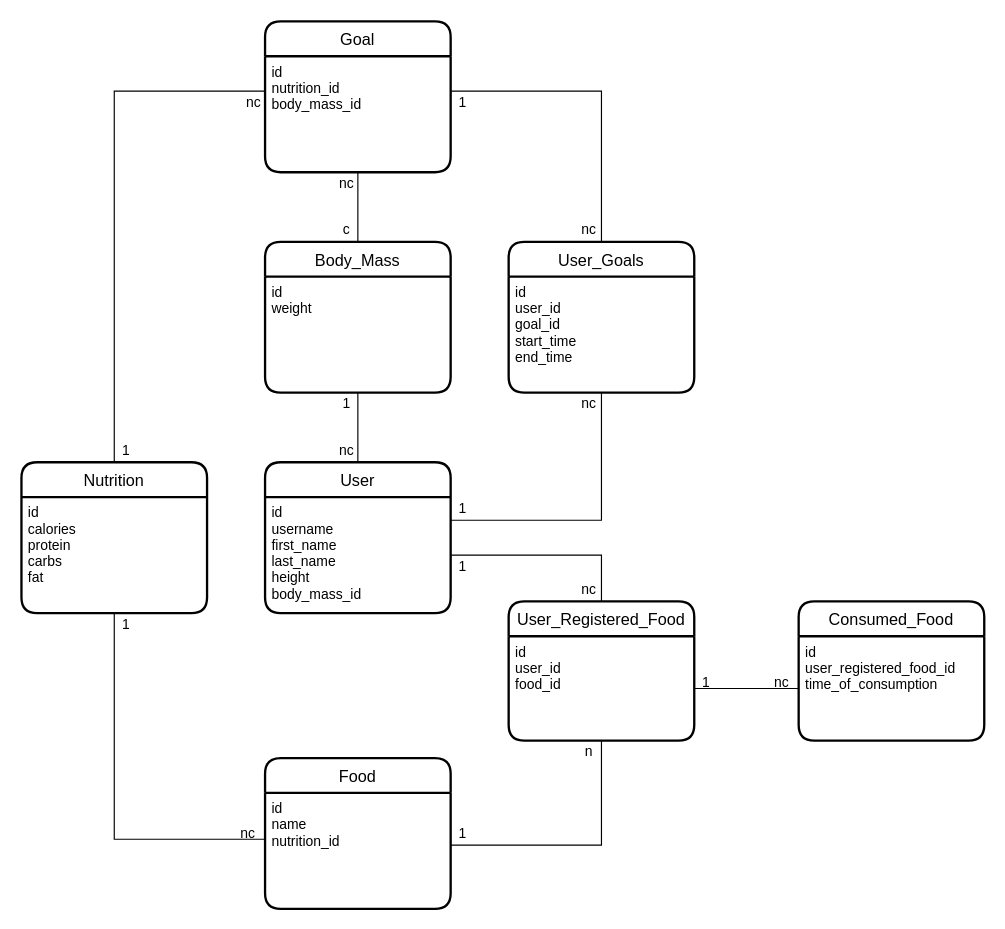
This is ERM.drawio from jannik-boeppli/Calorie_Tracker, a draw.io file, before an edit. Source tidied: cells renumbered, new cells numbered last; positions are measured from the earlier drawing's top-left corner, leaving out a move shared by most shapes. Both pictures are drawn from the tidied source at 116%, with x=0, y=0 at pixel (21, 21).
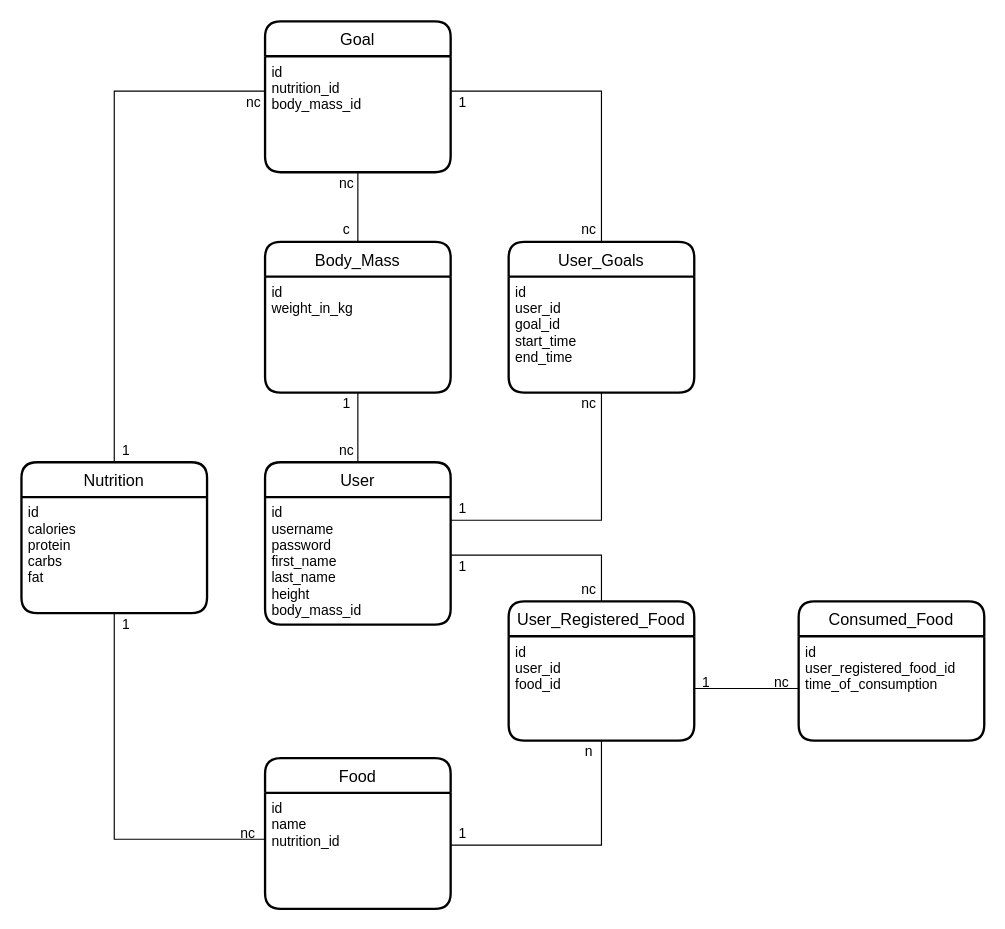
The same page after the edit.

Commit message (it also covers changes not shown here):
updated erd and erm

The change refers to these unchanged cells:
```xml
<mxCell id="22" value="Body_Mass" style="swimlane;horizontal=1;startSize=30;rounded=1;fontSize=14;fontStyle=0;strokeWidth=2;shadow=0;dashed=0;align=center;" parent="1" vertex="1">
  <mxGeometry x="210" y="190" width="160" height="130" as="geometry" />
</mxCell>
```

The edit, as a diff of the source:
```diff
@@
     <mxCell id="3" value="User" style="swimlane;horizontal=1;startSize=30;rounded=1;fontSize=14;fontStyle=0;strokeWidth=2;shadow=0;dashed=0;align=center;" parent="1" vertex="1">
-      <mxGeometry x="210" y="380" width="160" height="130" as="geometry" />
+      <mxGeometry x="210" y="380" width="160" height="140" as="geometry" />
     </mxCell>
-    <mxCell id="4" value="id&#10;username&#10;first_name&#10;last_name&#10;height&#10;body_mass_id" style="align=left;strokeColor=none;fillColor=none;spacingLeft=4;fontSize=12;verticalAlign=top;" parent="3" vertex="1">
-      <mxGeometry y="30" width="160" height="100" as="geometry" />
+    <mxCell id="4" value="id&#10;username&#10;password&#10;first_name&#10;last_name&#10;height&#10;body_mass_id" style="align=left;strokeColor=none;fillColor=none;spacingLeft=4;fontSize=12;verticalAlign=top;" parent="3" vertex="1">
+      <mxGeometry y="30" width="160" height="110" as="geometry" />
     </mxCell>
@@
-    <mxCell id="23" value="id&#10;weight&#10;" style="align=left;strokeColor=none;fillColor=none;spacingLeft=4;fontSize=12;verticalAlign=top;" parent="22" vertex="1">
+    <mxCell id="23" value="id&#10;weight_in_kg" style="align=left;strokeColor=none;fillColor=none;spacingLeft=4;fontSize=12;verticalAlign=top;" parent="22" vertex="1">
       <mxGeometry y="30" width="160" height="100" as="geometry" />
     </mxCell>
```
